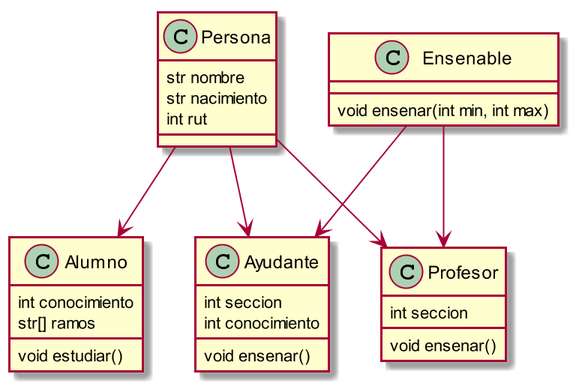
This is Actividades/AC01/uml_diagram.png from contranton/IIC2233, a PlantUML export, as it was before one commit. Source of this version:
```plantuml
@startuml
scale 2

class Persona{
      str nombre
      str nacimiento
      int rut
}

class Ensenable{
      void ensenar(int min, int max)
}

class Alumno{

      int conocimiento
      str[] ramos

      void estudiar()
}

class Profesor{
      int seccion

      void ensenar()
}

class Ayudante{
      int seccion
      int conocimiento

      void ensenar()

}
Persona --> Alumno
Persona --> Ayudante
Persona --> Profesor
Ensenable --> Ayudante
Ensenable --> Profesor

@enduml
```
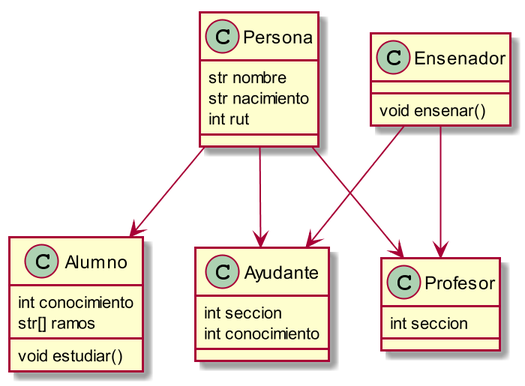
After the commit.

Change to the diagram source:
```diff
@@ -7,8 +7,8 @@
       int rut
 }
 
-class Ensenable{
-      void ensenar(int min, int max)
+class Ensenador{
+      void ensenar()
 }
 
 class Alumno{
@@ -21,21 +21,17 @@
 
 class Profesor{
       int seccion
-
-      void ensenar()
 }
 
 class Ayudante{
       int seccion
       int conocimiento
 
-      void ensenar()
-
 }
 Persona --> Alumno
 Persona --> Ayudante
 Persona --> Profesor
-Ensenable --> Ayudante
-Ensenable --> Profesor
+Ensenador --> Ayudante
+Ensenador --> Profesor
 
 @enduml
```
